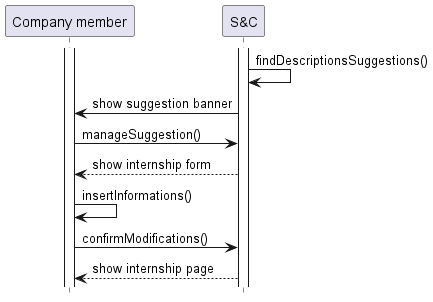
Earlier version of the PlantUML export RASD/Specific_requirements/uml_diagrams/UC15_diagram.png (matti8702/R_and_DD_project_SE2).
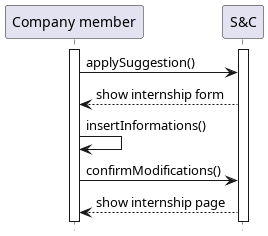
After the commit.

The edit, as a diff of the source:
```diff
@@ -6,9 +6,8 @@
 
 activate CM
 activate S
-S -> S: findDescriptionsSuggestions()
-S -> CM: show suggestion banner
-CM -> S: manageSuggestion()
+
+CM -> S: applySuggestion()
 S --> CM: show internship form
 CM -> CM: insertInformations()
 CM -> S: confirmModifications()
```
